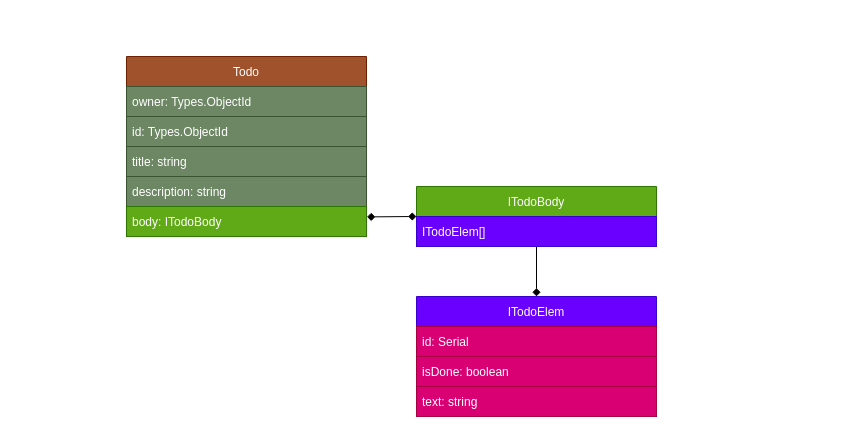
The draw.io diagram docs/todoModel/todo.drawio in Mayamee/todo-app-woman, before the edit. Source tidied: cells renumbered, new cells numbered last; positions are measured from the earlier drawing's top-left corner, leaving out a move shared by most shapes. Both pictures are drawn from the tidied source at 100%, with x=0, y=0 at pixel (126, 56).
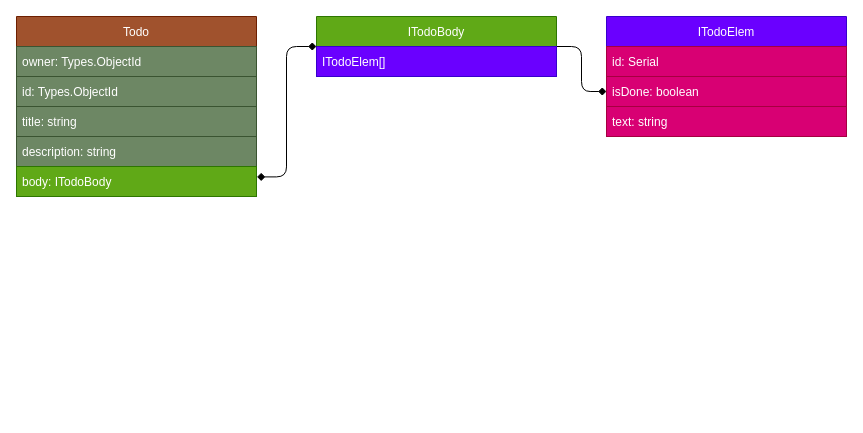
The same diagram, later.

Commit message (it also covers changes not shown here):
update todo model in docs

The edit, as a diff of the source:
```diff
@@
 <mxGraphModel>
   <root>
     <mxCell id="0" />
     <mxCell id="1" parent="0" />
     <mxCell id="2" value="Todo" style="swimlane;fontStyle=0;horizontal=1;startSize=30;fillColor=#a0522d;fontColor=#ffffff;strokeColor=#6D1F00;" parent="1" vertex="1">
-      <mxGeometry width="240" height="180" as="geometry" />
+      <mxGeometry x="-110" y="-40" width="240" height="180" as="geometry" />
     </mxCell>
     <mxCell id="3" value="owner: Types.ObjectId" style="text;strokeColor=#3A5431;fillColor=#6d8764;align=left;verticalAlign=middle;spacingLeft=4;spacingRight=4;overflow=hidden;fontColor=#ffffff;" parent="2" vertex="1">
       <mxGeometry y="30" width="240" height="30" as="geometry" />
     </mxCell>
     <mxCell id="4" value="id: Types.ObjectId" style="text;strokeColor=#3A5431;fillColor=#6d8764;align=left;verticalAlign=middle;spacingLeft=4;spacingRight=4;overflow=hidden;fontColor=#ffffff;" parent="2" vertex="1">
       <mxGeometry y="60" width="240" height="30" as="geometry" />
     </mxCell>
     <mxCell id="5" value="title: string" style="text;strokeColor=#3A5431;fillColor=#6d8764;align=left;verticalAlign=middle;spacingLeft=4;spacingRight=4;overflow=hidden;fontColor=#ffffff;" parent="2" vertex="1">
       <mxGeometry y="90" width="240" height="30" as="geometry" />
     </mxCell>
     <mxCell id="6" value="description: string" style="text;strokeColor=#3A5431;fillColor=#6d8764;align=left;verticalAlign=middle;spacingLeft=4;spacingRight=4;overflow=hidden;fontColor=#ffffff;" parent="2" vertex="1">
       <mxGeometry y="120" width="240" height="30" as="geometry" />
     </mxCell>
     <mxCell id="7" value="body: ITodoBody" style="text;align=left;verticalAlign=middle;spacingLeft=4;spacingRight=4;overflow=hidden;points=[[0,0.5],[1,0.5]];portConstraint=eastwest;fillColor=#60a917;fontColor=#ffffff;strokeColor=#2D7600;" parent="2" vertex="1">
       <mxGeometry y="150" width="240" height="30" as="geometry" />
     </mxCell>
-    <mxCell id="8" style="edgeStyle=none;html=1;endArrow=diamond;endFill=1;" parent="1" edge="1" source="9" target="12">
+    <mxCell id="8" style="edgeStyle=orthogonalEdgeStyle;html=1;endArrow=diamond;endFill=1;exitX=1;exitY=0.5;exitDx=0;exitDy=0;elbow=vertical;entryX=0;entryY=0.5;entryDx=0;entryDy=0;" parent="1" edge="1" source="9" target="14">
       <mxGeometry relative="1" as="geometry" />
     </mxCell>
     <mxCell id="9" value="ITodoBody" style="swimlane;fontStyle=0;horizontal=1;startSize=30;fillColor=#60a917;fontColor=#ffffff;strokeColor=#2D7600;" parent="1" vertex="1">
-      <mxGeometry x="290" y="130" width="240" height="60" as="geometry" />
+      <mxGeometry x="190" y="-40" width="240" height="60" as="geometry" />
     </mxCell>
     <mxCell id="10" value="ITodoElem[]" style="text;strokeColor=#3700CC;fillColor=#6a00ff;align=left;verticalAlign=middle;spacingLeft=4;spacingRight=4;overflow=hidden;fontColor=#ffffff;" parent="9" vertex="1">
       <mxGeometry y="30" width="240" height="30" as="geometry" />
     </mxCell>
-    <mxCell id="11" style="endArrow=diamond;html=1;exitX=1.002;exitY=0.347;exitDx=0;exitDy=0;entryX=0;entryY=0.5;entryDx=0;entryDy=0;endFill=1;exitPerimeter=0;startArrow=diamond;startFill=1;" parent="1" edge="1" source="7" target="9">
+    <mxCell id="11" style="endArrow=diamond;html=1;exitX=1.002;exitY=0.347;exitDx=0;exitDy=0;entryX=0;entryY=0.5;entryDx=0;entryDy=0;endFill=1;exitPerimeter=0;startArrow=diamond;startFill=1;edgeStyle=orthogonalEdgeStyle;" parent="1" edge="1" source="7" target="9">
       <mxGeometry relative="1" as="geometry" />
     </mxCell>
     <mxCell id="12" value="ITodoElem" style="swimlane;fontStyle=0;horizontal=1;startSize=30;fillColor=#6a00ff;fontColor=#ffffff;strokeColor=#3700CC;" parent="1" vertex="1">
-      <mxGeometry x="290" y="240" width="240" height="120" as="geometry" />
+      <mxGeometry x="480" y="-40" width="240" height="120" as="geometry" />
     </mxCell>
     <mxCell id="13" value="id: Serial" style="text;strokeColor=#A50040;fillColor=#d80073;align=left;verticalAlign=middle;spacingLeft=4;spacingRight=4;overflow=hidden;fontColor=#ffffff;" parent="12" vertex="1">
       <mxGeometry y="30" width="240" height="30" as="geometry" />
     </mxCell>
     <mxCell id="14" value="isDone: boolean" style="text;strokeColor=#A50040;fillColor=#d80073;align=left;verticalAlign=middle;spacingLeft=4;spacingRight=4;overflow=hidden;points=[[0,0.5],[1,0.5]];portConstraint=eastwest;fontColor=#ffffff;" parent="12" vertex="1">
       <mxGeometry y="60" width="240" height="30" as="geometry" />
     </mxCell>
     <mxCell id="15" value="text: string" style="text;strokeColor=#A50040;fillColor=#d80073;align=left;verticalAlign=middle;spacingLeft=4;spacingRight=4;overflow=hidden;fontColor=#ffffff;" parent="12" vertex="1">
       <mxGeometry y="90" width="240" height="30" as="geometry" />
     </mxCell>
   </root>
 </mxGraphModel>
```
